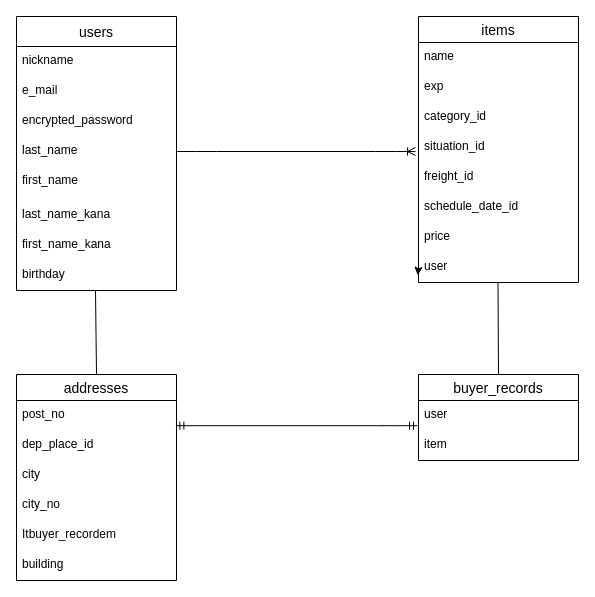
ohashiyukio/furima-41608 keeps this draw.io diagram as app/.dio. Above is the earlier version. Source tidied: cells renumbered, new cells numbered last; positions are measured from the earlier drawing's top-left corner, leaving out a move shared by most shapes. Both pictures are drawn from the tidied source at 100%, with x=0, y=0 at pixel (16, 16).
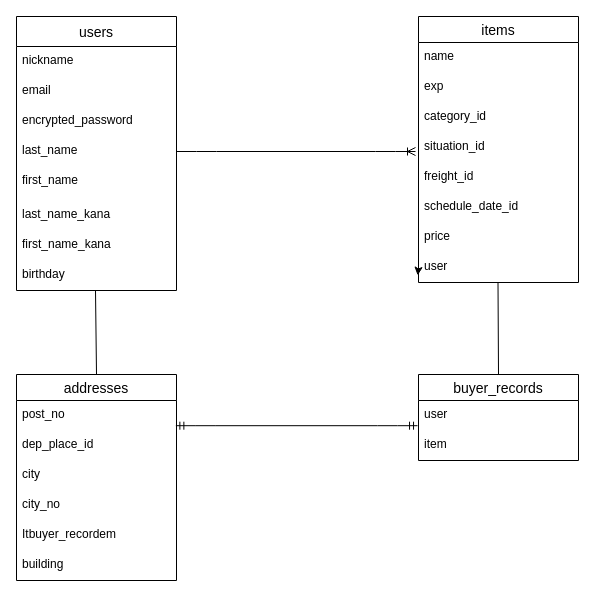
After the change.

Unchanged cells that the change refers to:
```xml
<mxCell id="3" value="users" style="swimlane;fontStyle=0;horizontal=1;startSize=30;align=center;fontSize=14;" parent="1" vertex="1">
  <mxGeometry width="160" height="274" as="geometry" />
</mxCell>
```

What changed in the source:
```diff
@@
-    <mxCell id="5" value="e_mail" style="text;strokeColor=none;fillColor=none;spacingLeft=4;spacingRight=4;overflow=hidden;fontSize=12;" parent="3" vertex="1">
+    <mxCell id="5" value="email" style="text;strokeColor=none;fillColor=none;spacingLeft=4;spacingRight=4;overflow=hidden;fontSize=12;" parent="3" vertex="1">
       <mxGeometry y="60" width="160" height="30" as="geometry" />
     </mxCell>
```
